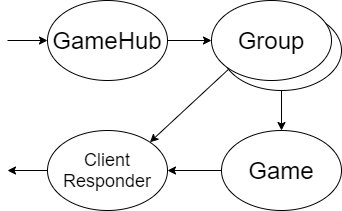
Earlier version of the draw.io export content/posts/031-2020-07-01-games-room/ActorDiagram.png (chestercodes/chester.codes). Source tidied: cells renumbered, new cells last; positions are measured from the earlier drawing's top-left corner, leaving out a move shared by most shapes.
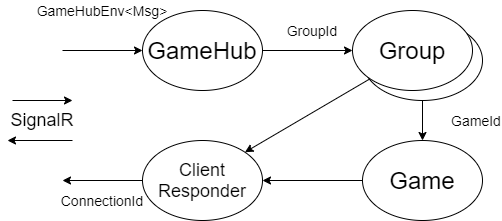
The same diagram one commit later.

Diff of the diagram source:
```diff
@@ -3,7 +3,7 @@
     <mxCell id="0" />
     <mxCell id="1" parent="0" />
     <mxCell id="2" style="group;" parent="1" vertex="1">
-      <mxGeometry x="40" width="120" height="80" as="geometry" />
+      <mxGeometry x="80" width="120" height="80" as="geometry" />
     </mxCell>
     <mxCell id="3" style="ellipse;whiteSpace=wrap;html=1;" parent="2" vertex="1">
       <mxGeometry width="120" height="80" as="geometry" />
@@ -12,7 +12,7 @@
       <mxGeometry x="40" y="30" width="40" height="20" as="geometry" />
     </mxCell>
     <mxCell id="5" style="group;" parent="1" vertex="1">
-      <mxGeometry x="214" y="10" width="120" height="80" as="geometry" />
+      <mxGeometry x="300" y="10" width="120" height="80" as="geometry" />
     </mxCell>
     <mxCell id="6" style="ellipse;whiteSpace=wrap;html=1;" parent="5" vertex="1">
       <mxGeometry width="120" height="80" as="geometry" />
@@ -30,7 +30,7 @@
       <mxGeometry x="40" y="30" width="40" height="20" as="geometry" />
     </mxCell>
     <mxCell id="11" style="group;" parent="1" vertex="1">
-      <mxGeometry x="40" y="130" width="120" height="80" as="geometry" />
+      <mxGeometry x="80" y="130" width="120" height="80" as="geometry" />
     </mxCell>
     <mxCell id="12" style="ellipse;whiteSpace=wrap;html=1;" parent="11" vertex="1">
       <mxGeometry width="120" height="80" as="geometry" />
@@ -39,7 +39,7 @@
       <mxGeometry x="40" y="30" width="40" height="20" as="geometry" />
     </mxCell>
     <mxCell id="14" style="group;" parent="1" vertex="1">
-      <mxGeometry x="214" y="130" width="120" height="80" as="geometry" />
+      <mxGeometry x="300" y="130" width="120" height="80" as="geometry" />
     </mxCell>
     <mxCell id="15" style="ellipse;whiteSpace=wrap;html=1;" parent="14" vertex="1">
       <mxGeometry width="120" height="80" as="geometry" />
@@ -69,5 +69,32 @@
     <mxCell id="22" style="endArrow=classic;html=1;exitX=0;exitY=1;exitDx=0;exitDy=0;entryX=1;entryY=0;entryDx=0;entryDy=0;" parent="1" edge="1" source="9" target="12">
       <mxGeometry relative="1" as="geometry" />
     </mxCell>
+    <mxCell id="23" value="&lt;font style=&quot;font-size: 18px&quot;&gt;SignalR&lt;/font&gt;" style="text;html=1;strokeColor=none;fillColor=none;align=center;verticalAlign=middle;whiteSpace=wrap;rounded=0;" parent="1" vertex="1">
+      <mxGeometry x="-40" y="100" width="40" height="20" as="geometry" />
+    </mxCell>
+    <mxCell id="24" value="&lt;font style=&quot;font-size: 14px&quot;&gt;GameHubEnv&amp;lt;Msg&amp;gt;&lt;/font&gt;" style="text;html=1;strokeColor=none;fillColor=none;align=center;verticalAlign=middle;whiteSpace=wrap;rounded=0;" parent="1" vertex="1">
+      <mxGeometry x="20" y="-10" width="40" height="20" as="geometry" />
+    </mxCell>
+    <mxCell id="25" value="&lt;font style=&quot;font-size: 14px&quot;&gt;GroupId&lt;/font&gt;" style="text;html=1;strokeColor=none;fillColor=none;align=center;verticalAlign=middle;whiteSpace=wrap;rounded=0;" parent="1" vertex="1">
+      <mxGeometry x="230" y="10" width="40" height="20" as="geometry" />
+    </mxCell>
+    <mxCell id="26" value="&lt;font style=&quot;font-size: 14px&quot;&gt;GameId&lt;/font&gt;" style="text;html=1;strokeColor=none;fillColor=none;align=center;verticalAlign=middle;whiteSpace=wrap;rounded=0;" parent="1" vertex="1">
+      <mxGeometry x="394" y="100" width="40" height="20" as="geometry" />
+    </mxCell>
+    <mxCell id="27" value="&lt;font style=&quot;font-size: 14px&quot;&gt;ConnectionId&lt;/font&gt;" style="text;html=1;strokeColor=none;fillColor=none;align=center;verticalAlign=middle;whiteSpace=wrap;rounded=0;" parent="1" vertex="1">
+      <mxGeometry x="20" y="180" width="40" height="20" as="geometry" />
+    </mxCell>
+    <mxCell id="28" style="endArrow=classic;html=1;" parent="1" edge="1">
+      <mxGeometry relative="1" as="geometry">
+        <mxPoint x="-50" y="90" as="sourcePoint" />
+        <mxPoint x="10" y="90" as="targetPoint" />
+      </mxGeometry>
+    </mxCell>
+    <mxCell id="29" style="endArrow=classic;html=1;" parent="1" edge="1">
+      <mxGeometry relative="1" as="geometry">
+        <mxPoint x="10" y="130" as="sourcePoint" />
+        <mxPoint x="-55" y="130" as="targetPoint" />
+      </mxGeometry>
+    </mxCell>
   </root>
 </mxGraphModel>
```
